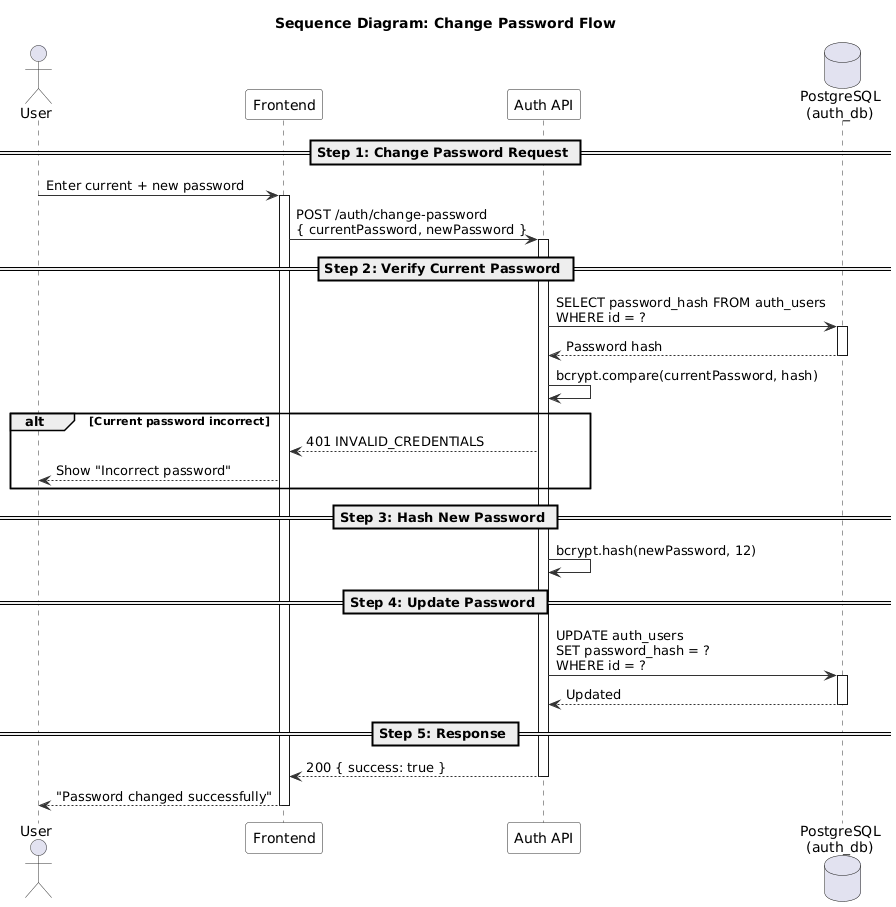
namnh240795/document keeps this PlantUML diagram as modules/auth/images/sequence/change-password-sequence.png. Above is the earlier version. Its diagram source:
```plantuml
@startuml

skinparam sequence {
  ArrowColor #333333
  ActorBorderColor #333333
  LifeLineBorderColor #333333
  ParticipantBackgroundColor #F8F8F8
  ParticipantBorderColor #333333
}

title Sequence Diagram: Change Password Flow

actor User
participant "Frontend" as FE
participant "Auth API" as API
database "PostgreSQL\n(auth_db)" as DB

== Step 1: Change Password Request ==

User -> FE : Enter current + new password
activate FE

FE -> API : POST /auth/change-password\n{ currentPassword, newPassword }
activate API

== Step 2: Verify Current Password ==

API -> DB : SELECT password_hash FROM auth_users\nWHERE id = ?
activate DB
DB --> API : Password hash
deactivate DB

API -> API : bcrypt.compare(currentPassword, hash)

alt Current password incorrect
  API --> FE : 401 INVALID_CREDENTIALS
  FE --> User : Show "Incorrect password"
end

== Step 3: Hash New Password ==

API -> API : bcrypt.hash(newPassword, 12)

== Step 4: Update Password ==

API -> DB : UPDATE auth_users\nSET password_hash = ?\nWHERE id = ?
activate DB
DB --> API : Updated
deactivate DB

== Step 5: Response ==

API --> FE : 200 { success: true }
deactivate API

FE --> User : "Password changed successfully"
deactivate FE

@enduml
```
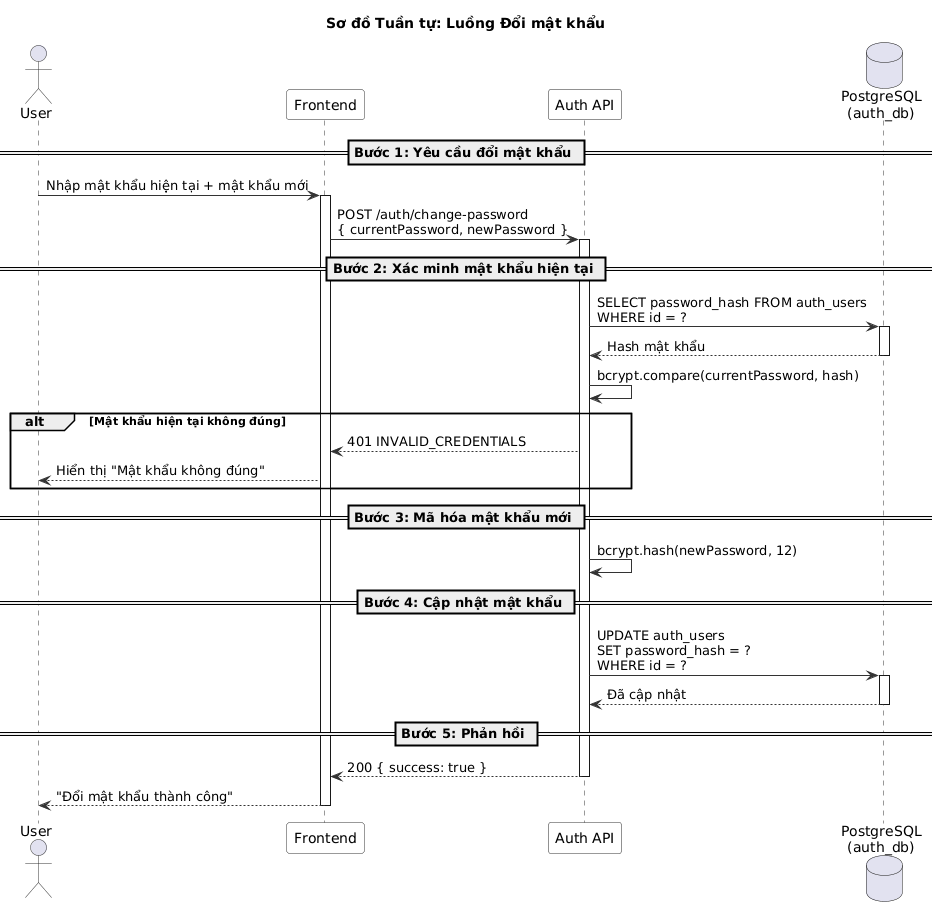
Above is the later version.

What changed in the source:
```diff
@@ -8,52 +8,52 @@
   ParticipantBorderColor #333333
 }
 
-title Sequence Diagram: Change Password Flow
+title Sơ đồ Tuần tự: Luồng Đổi mật khẩu
 
 actor User
 participant "Frontend" as FE
 participant "Auth API" as API
 database "PostgreSQL\n(auth_db)" as DB
 
-== Step 1: Change Password Request ==
+== Bước 1: Yêu cầu đổi mật khẩu ==
 
-User -> FE : Enter current + new password
+User -> FE : Nhập mật khẩu hiện tại + mật khẩu mới
 activate FE
 
 FE -> API : POST /auth/change-password\n{ currentPassword, newPassword }
 activate API
 
-== Step 2: Verify Current Password ==
+== Bước 2: Xác minh mật khẩu hiện tại ==
 
 API -> DB : SELECT password_hash FROM auth_users\nWHERE id = ?
 activate DB
-DB --> API : Password hash
+DB --> API : Hash mật khẩu
 deactivate DB
 
 API -> API : bcrypt.compare(currentPassword, hash)
 
-alt Current password incorrect
+alt Mật khẩu hiện tại không đúng
   API --> FE : 401 INVALID_CREDENTIALS
-  FE --> User : Show "Incorrect password"
+  FE --> User : Hiển thị "Mật khẩu không đúng"
 end
 
-== Step 3: Hash New Password ==
+== Bước 3: Mã hóa mật khẩu mới ==
 
 API -> API : bcrypt.hash(newPassword, 12)
 
-== Step 4: Update Password ==
+== Bước 4: Cập nhật mật khẩu ==
 
 API -> DB : UPDATE auth_users\nSET password_hash = ?\nWHERE id = ?
 activate DB
-DB --> API : Updated
+DB --> API : Đã cập nhật
 deactivate DB
 
-== Step 5: Response ==
+== Bước 5: Phản hồi ==
 
 API --> FE : 200 { success: true }
 deactivate API
 
-FE --> User : "Password changed successfully"
+FE --> User : "Đổi mật khẩu thành công"
 deactivate FE
 
 @enduml
```
